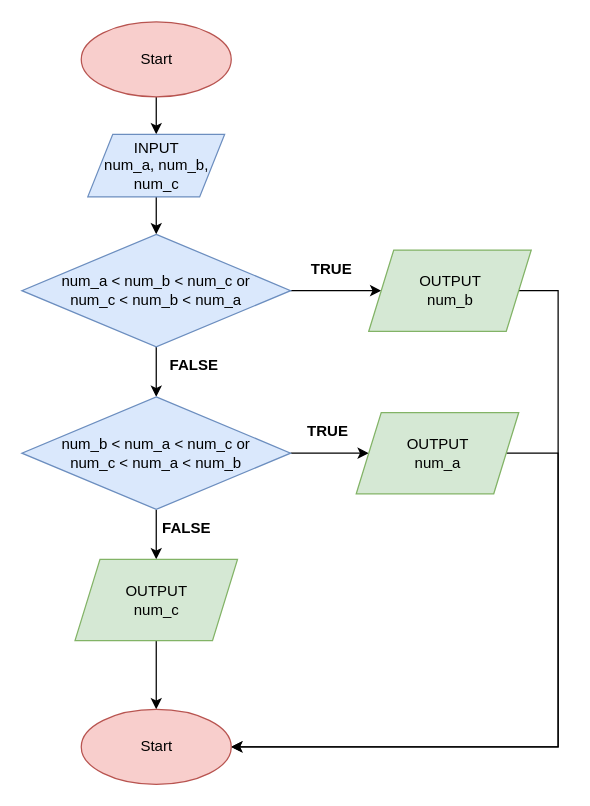
The draw.io diagram page "bài 14" (14 of 16) of B9 23-5-23/flow_chart-B9.drawio in DuyPhan18/Python-CodeGym, before the edit. Source tidied: cells renumbered, new cells numbered last; positions are measured from the earlier drawing's top-left corner, leaving out a move shared by most shapes. Both pictures are drawn from the tidied source at 125%, with x=0, y=0 at pixel (21, 21).
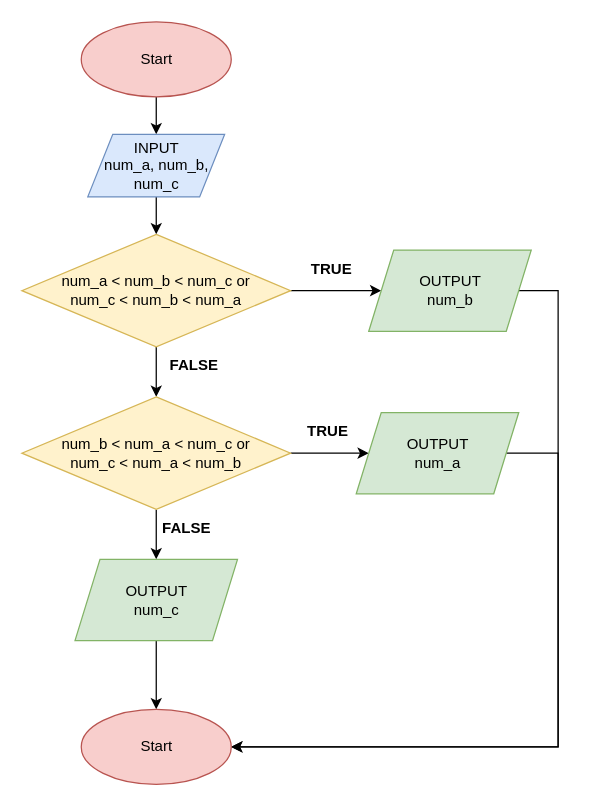
After the change.

Diff of the diagram source:
```diff
@@
-    <mxCell id="8" value="num_a &amp;lt; num_b &amp;lt; num_c or &lt;br&gt;num_c &amp;lt; num_b &amp;lt; num_a" style="rhombus;whiteSpace=wrap;html=1;fillColor=#dae8fc;strokeColor=#6c8ebf;" parent="1" vertex="1">
+    <mxCell id="8" value="num_a &amp;lt; num_b &amp;lt; num_c or &lt;br&gt;num_c &amp;lt; num_b &amp;lt; num_a" style="rhombus;whiteSpace=wrap;html=1;fillColor=#fff2cc;strokeColor=#d6b656;" parent="1" vertex="1">
       <mxGeometry y="170" width="215" height="90" as="geometry" />
     </mxCell>
@@
-    <mxCell id="11" value="num_b &amp;lt; num_a &amp;lt; num_c or &lt;br&gt;num_c &amp;lt; num_a &amp;lt; num_b" style="rhombus;whiteSpace=wrap;html=1;fillColor=#dae8fc;strokeColor=#6c8ebf;" parent="1" vertex="1">
+    <mxCell id="11" value="num_b &amp;lt; num_a &amp;lt; num_c or &lt;br&gt;num_c &amp;lt; num_a &amp;lt; num_b" style="rhombus;whiteSpace=wrap;html=1;fillColor=#fff2cc;strokeColor=#d6b656;" parent="1" vertex="1">
       <mxGeometry y="300" width="215" height="90" as="geometry" />
     </mxCell>
```
